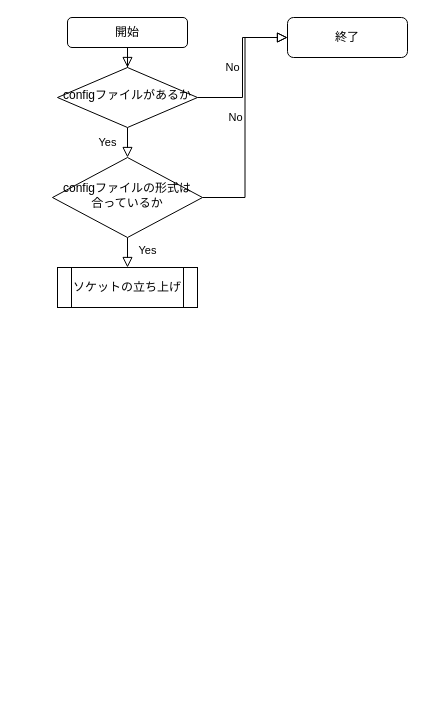
Earlier version of the draw.io diagram 名称未設定ファイル.drawio (molhot/weSERRRRRRRRVVVElovyu). Source tidied: cells renumbered, new cells numbered last; positions are measured from the earlier drawing's top-left corner, leaving out a move shared by most shapes. Both pictures are drawn from the tidied source at 100%, with x=0, y=0 at pixel (52, 17).
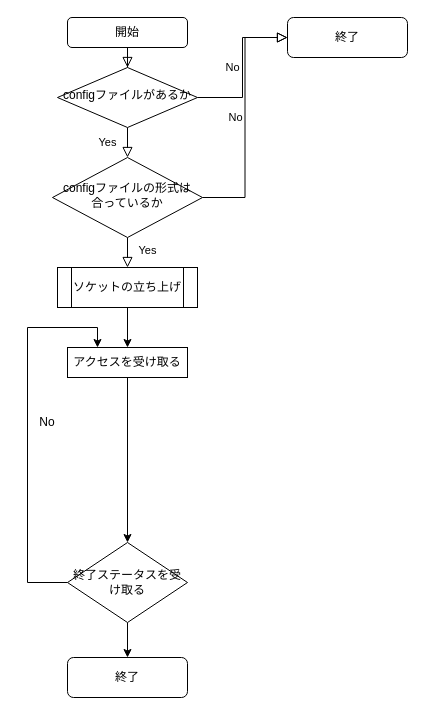
After the change.

Commit message:
名称未設定ファイル.drawio を更新します

The change refers to these unchanged cells:
```xml
<mxCell id="11" value="ソケットの立ち上げ" style="shape=process;whiteSpace=wrap;html=1;backgroundOutline=1;" parent="1" vertex="1">
  <mxGeometry x="5" y="250" width="140" height="40" as="geometry" />
</mxCell>
```

What changed in the source:
```diff
@@
+    <mxCell id="12" style="edgeStyle=orthogonalEdgeStyle;rounded=0;jettySize=auto;html=1;exitX=0.5;exitY=1;exitDx=0;exitDy=0;entryX=0.5;entryY=0;entryDx=0;entryDy=0;" parent="1" edge="1" source="11" target="14">
+      <mxGeometry relative="1" as="geometry" />
+    </mxCell>
@@
+    <mxCell id="13" style="edgeStyle=orthogonalEdgeStyle;rounded=0;jettySize=auto;html=1;exitX=0.5;exitY=1;exitDx=0;exitDy=0;entryX=0.5;entryY=0;entryDx=0;entryDy=0;" parent="1" edge="1" source="14" target="18">
+      <mxGeometry relative="1" as="geometry" />
+    </mxCell>
+    <mxCell id="14" value="アクセスを受け取る" style="rounded=0;whiteSpace=wrap;html=1;" parent="1" vertex="1">
+      <mxGeometry x="15" y="330" width="120" height="30" as="geometry" />
+    </mxCell>
+    <mxCell id="15" value="No" style="text;html=1;strokeColor=none;fillColor=none;align=center;verticalAlign=middle;whiteSpace=wrap;rounded=0;" parent="1" vertex="1">
+      <mxGeometry x="-35" y="390" width="60" height="30" as="geometry" />
+    </mxCell>
+    <mxCell id="16" style="edgeStyle=orthogonalEdgeStyle;rounded=0;jettySize=auto;html=1;exitX=0;exitY=0.5;exitDx=0;exitDy=0;entryX=0.25;entryY=0;entryDx=0;entryDy=0;" parent="1" edge="1" source="18" target="14">
+      <mxGeometry relative="1" as="geometry">
+        <Array as="points">
+          <mxPoint x="-25" y="565" />
+          <mxPoint x="-25" y="310" />
+          <mxPoint x="45" y="310" />
+        </Array>
+      </mxGeometry>
+    </mxCell>
+    <mxCell id="17" style="edgeStyle=orthogonalEdgeStyle;rounded=0;jettySize=auto;html=1;exitX=0.5;exitY=1;exitDx=0;exitDy=0;entryX=0.5;entryY=0;entryDx=0;entryDy=0;" parent="1" edge="1" source="18" target="19">
+      <mxGeometry relative="1" as="geometry" />
+    </mxCell>
+    <mxCell id="18" value="終了ステータスを受け取る" style="rhombus;whiteSpace=wrap;html=1;" parent="1" vertex="1">
+      <mxGeometry x="15" y="525" width="120" height="80" as="geometry" />
+    </mxCell>
+    <mxCell id="19" value="終了" style="rounded=1;whiteSpace=wrap;html=1;fontSize=12;glass=0;strokeWidth=1;shadow=0;" parent="1" vertex="1">
+      <mxGeometry x="15" y="640" width="120" height="40" as="geometry" />
+    </mxCell>
```
